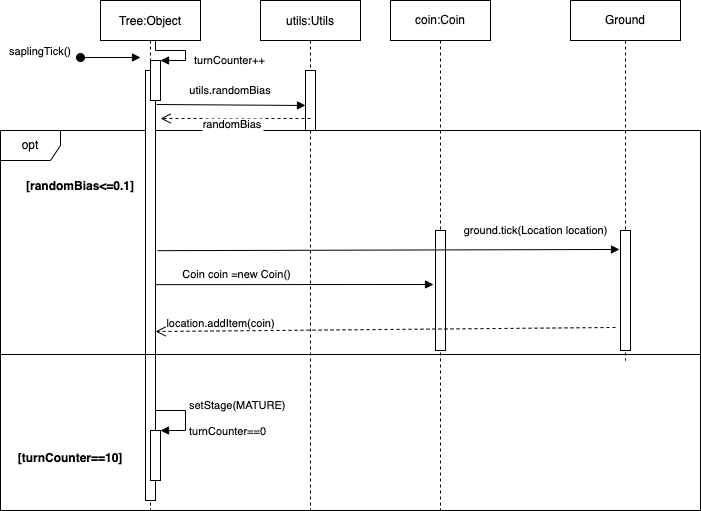
syedzubinhafiz/supermario keeps this draw.io diagram as design-docs/REQ1_sequencediagram.png. Above is the earlier version. Source tidied: cells renumbered, new cells last; positions are measured from the earlier drawing's top-left corner, leaving out a move shared by most shapes. Its diagram source:
```xml
<mxGraphModel>
  <root>
    <mxCell id="0" />
    <mxCell id="1" parent="0" />
    <mxCell id="2" value="opt" style="shape=umlFrame;whiteSpace=wrap;html=1;" parent="1" vertex="1">
      <mxGeometry y="130" width="700" height="380" as="geometry" />
    </mxCell>
    <mxCell id="3" value="Tree:Object" style="shape=umlLifeline;perimeter=lifelinePerimeter;rounded=0;shadow=0;strokeWidth=1;" parent="1" vertex="1">
      <mxGeometry x="100" width="100" height="510" as="geometry" />
    </mxCell>
    <mxCell id="4" style="points=[];perimeter=orthogonalPerimeter;rounded=0;shadow=0;strokeWidth=1;" parent="3" vertex="1">
      <mxGeometry x="45" y="70" width="10" height="430" as="geometry" />
    </mxCell>
    <mxCell id="5" value="saplingTick()" style="verticalAlign=bottom;startArrow=oval;endArrow=block;startSize=8;shadow=0;strokeWidth=1;" parent="3" edge="1">
      <mxGeometry x="-1" y="-40" relative="1" as="geometry">
        <mxPoint x="-20" y="57" as="sourcePoint" />
        <mxPoint x="40" y="57" as="targetPoint" />
        <mxPoint x="-40" y="-37" as="offset" />
      </mxGeometry>
    </mxCell>
    <mxCell id="6" style="html=1;points=[];perimeter=orthogonalPerimeter;" parent="3" vertex="1">
      <mxGeometry x="50" y="430" width="10" height="50" as="geometry" />
    </mxCell>
    <mxCell id="7" value="setStage(MATURE)&lt;br&gt;&lt;br&gt;turnCounter==0" style="edgeStyle=orthogonalEdgeStyle;html=1;align=left;spacingLeft=2;endArrow=block;rounded=0;entryX=1;entryY=0;" parent="3" edge="1" target="6">
      <mxGeometry relative="1" as="geometry">
        <mxPoint x="55" y="410" as="sourcePoint" />
        <Array as="points">
          <mxPoint x="85" y="410" />
        </Array>
      </mxGeometry>
    </mxCell>
    <mxCell id="8" style="html=1;points=[];perimeter=orthogonalPerimeter;" parent="3" vertex="1">
      <mxGeometry x="50" y="60" width="10" height="40" as="geometry" />
    </mxCell>
    <mxCell id="9" value="turnCounter++" style="edgeStyle=orthogonalEdgeStyle;html=1;align=left;spacingLeft=2;endArrow=block;rounded=0;entryX=1;entryY=0;" parent="3" edge="1" target="8">
      <mxGeometry x="0.33" y="-5" relative="1" as="geometry">
        <mxPoint x="55" y="40" as="sourcePoint" />
        <Array as="points">
          <mxPoint x="55" y="50" />
          <mxPoint x="85" y="50" />
          <mxPoint x="85" y="60" />
        </Array>
        <mxPoint x="5" y="5" as="offset" />
      </mxGeometry>
    </mxCell>
    <mxCell id="10" value="utils:Utils" style="shape=umlLifeline;perimeter=lifelinePerimeter;rounded=0;shadow=0;strokeWidth=1;" parent="1" vertex="1">
      <mxGeometry x="260" width="100" height="510" as="geometry" />
    </mxCell>
    <mxCell id="11" style="points=[];perimeter=orthogonalPerimeter;rounded=0;shadow=0;strokeWidth=1;" parent="10" vertex="1">
      <mxGeometry x="45" y="70" width="10" height="60" as="geometry" />
    </mxCell>
    <mxCell id="12" style="line;strokeWidth=1;fillColor=none;align=left;verticalAlign=middle;spacingTop=-1;spacingLeft=3;spacingRight=3;labelPosition=right;" parent="10" vertex="1">
      <mxGeometry x="-260" y="350" width="700" height="8" as="geometry" />
    </mxCell>
    <mxCell id="13" value="randomBias" style="verticalAlign=bottom;endArrow=open;dashed=1;endSize=8;shadow=0;strokeWidth=1;exitX=0.5;exitY=0.8;exitDx=0;exitDy=0;exitPerimeter=0;" parent="1" edge="1" source="11">
      <mxGeometry x="0.03" y="15" relative="1" as="geometry">
        <mxPoint x="160" y="118" as="targetPoint" />
      </mxGeometry>
    </mxCell>
    <mxCell id="14" value="utils.randomBias" style="verticalAlign=bottom;endArrow=block;shadow=0;strokeWidth=1;exitX=0.6;exitY=1.1;exitDx=0;exitDy=0;exitPerimeter=0;entryX=0;entryY=0.583;entryDx=0;entryDy=0;entryPerimeter=0;" parent="1" edge="1" source="8" target="11">
      <mxGeometry x="-0.01" y="5" relative="1" as="geometry" />
    </mxCell>
    <mxCell id="15" value="[randomBias&lt;=0.1]" style="text;align=center;fontStyle=1;verticalAlign=middle;spacingLeft=3;spacingRight=3;strokeColor=none;" parent="1" vertex="1">
      <mxGeometry x="30" y="170" width="100" height="30" as="geometry" />
    </mxCell>
    <mxCell id="16" value="coin:Coin" style="shape=umlLifeline;perimeter=lifelinePerimeter;whiteSpace=wrap;html=1;" parent="1" vertex="1">
      <mxGeometry x="390" width="100" height="510" as="geometry" />
    </mxCell>
    <mxCell id="17" style="html=1;points=[];perimeter=orthogonalPerimeter;" parent="16" vertex="1">
      <mxGeometry x="45" y="230" width="10" height="120" as="geometry" />
    </mxCell>
    <mxCell id="18" value="Ground" style="shape=umlLifeline;perimeter=lifelinePerimeter;whiteSpace=wrap;html=1;size=40;" parent="1" vertex="1">
      <mxGeometry x="570" width="110" height="360" as="geometry" />
    </mxCell>
    <mxCell id="19" style="html=1;points=[];perimeter=orthogonalPerimeter;" parent="1" vertex="1">
      <mxGeometry x="620" y="230" width="10" height="120" as="geometry" />
    </mxCell>
    <mxCell id="20" value="location.addItem(coin)" style="html=1;verticalAlign=bottom;endArrow=open;dashed=1;endSize=8;rounded=0;exitX=-0.5;exitY=0.808;exitDx=0;exitDy=0;exitPerimeter=0;entryX=1;entryY=0.607;entryDx=0;entryDy=0;entryPerimeter=0;" parent="1" edge="1" source="19" target="4">
      <mxGeometry x="0.72" y="2" relative="1" as="geometry" />
    </mxCell>
    <mxCell id="21" value="[turnCounter==10]" style="text;align=center;fontStyle=1;verticalAlign=middle;spacingLeft=3;spacingRight=3;strokeColor=none;" parent="1" vertex="1">
      <mxGeometry x="30" y="444" width="80" height="26" as="geometry" />
    </mxCell>
    <mxCell id="22" value="ground.tick(Location location)" style="html=1;verticalAlign=bottom;endArrow=block;rounded=0;entryX=-0.1;entryY=0.158;entryDx=0;entryDy=0;entryPerimeter=0;exitX=1.2;exitY=0.419;exitDx=0;exitDy=0;exitPerimeter=0;" parent="1" edge="1" source="4" target="19">
      <mxGeometry x="0.64" y="10" relative="1" as="geometry" />
    </mxCell>
    <mxCell id="23" value="Coin coin =new Coin()" style="html=1;verticalAlign=bottom;endArrow=block;rounded=0;entryX=-0.2;entryY=0.45;entryDx=0;entryDy=0;entryPerimeter=0;exitX=1;exitY=0.498;exitDx=0;exitDy=0;exitPerimeter=0;" parent="1" edge="1" source="4" target="17">
      <mxGeometry x="-0.42" y="1" relative="1" as="geometry" />
    </mxCell>
  </root>
</mxGraphModel>
```
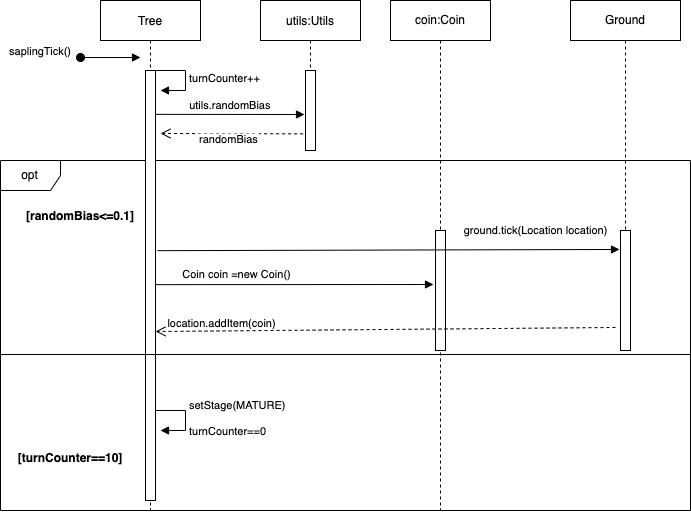
The same file after the commit.

Commit message:
sequence diagrams for req1&2 done

The edit, as a diff of the source:
```diff
@@ -3,9 +3,9 @@
     <mxCell id="0" />
     <mxCell id="1" parent="0" />
     <mxCell id="2" value="opt" style="shape=umlFrame;whiteSpace=wrap;html=1;" parent="1" vertex="1">
-      <mxGeometry y="130" width="700" height="380" as="geometry" />
+      <mxGeometry y="160" width="690" height="350" as="geometry" />
     </mxCell>
-    <mxCell id="3" value="Tree:Object" style="shape=umlLifeline;perimeter=lifelinePerimeter;rounded=0;shadow=0;strokeWidth=1;" parent="1" vertex="1">
+    <mxCell id="3" value="Tree" style="shape=umlLifeline;perimeter=lifelinePerimeter;rounded=0;shadow=0;strokeWidth=1;" parent="1" vertex="1">
       <mxGeometry x="100" width="100" height="510" as="geometry" />
     </mxCell>
     <mxCell id="4" style="points=[];perimeter=orthogonalPerimeter;rounded=0;shadow=0;strokeWidth=1;" parent="3" vertex="1">
@@ -18,50 +18,43 @@
         <mxPoint x="-40" y="-37" as="offset" />
       </mxGeometry>
     </mxCell>
-    <mxCell id="6" style="html=1;points=[];perimeter=orthogonalPerimeter;" parent="3" vertex="1">
-      <mxGeometry x="50" y="430" width="10" height="50" as="geometry" />
-    </mxCell>
-    <mxCell id="7" value="setStage(MATURE)&lt;br&gt;&lt;br&gt;turnCounter==0" style="edgeStyle=orthogonalEdgeStyle;html=1;align=left;spacingLeft=2;endArrow=block;rounded=0;entryX=1;entryY=0;" parent="3" edge="1" target="6">
+    <mxCell id="7" value="setStage(MATURE)&lt;br&gt;&lt;br&gt;turnCounter==0" style="edgeStyle=orthogonalEdgeStyle;html=1;align=left;spacingLeft=2;endArrow=block;rounded=0;" parent="3" edge="1">
       <mxGeometry relative="1" as="geometry">
         <mxPoint x="55" y="410" as="sourcePoint" />
+        <mxPoint x="60" y="430" as="targetPoint" />
         <Array as="points">
           <mxPoint x="85" y="410" />
         </Array>
       </mxGeometry>
     </mxCell>
-    <mxCell id="8" style="html=1;points=[];perimeter=orthogonalPerimeter;" parent="3" vertex="1">
-      <mxGeometry x="50" y="60" width="10" height="40" as="geometry" />
-    </mxCell>
-    <mxCell id="9" value="turnCounter++" style="edgeStyle=orthogonalEdgeStyle;html=1;align=left;spacingLeft=2;endArrow=block;rounded=0;entryX=1;entryY=0;" parent="3" edge="1" target="8">
-      <mxGeometry x="0.33" y="-5" relative="1" as="geometry">
-        <mxPoint x="55" y="40" as="sourcePoint" />
+    <mxCell id="9" value="turnCounter++" style="edgeStyle=orthogonalEdgeStyle;html=1;align=left;spacingLeft=2;endArrow=block;rounded=0;entryX=1;entryY=0;" parent="3" edge="1">
+      <mxGeometry relative="1" as="geometry">
+        <mxPoint x="55" y="70" as="sourcePoint" />
+        <mxPoint x="60" y="90" as="targetPoint" />
         <Array as="points">
-          <mxPoint x="55" y="50" />
-          <mxPoint x="85" y="50" />
-          <mxPoint x="85" y="60" />
+          <mxPoint x="85" y="70" />
         </Array>
-        <mxPoint x="5" y="5" as="offset" />
       </mxGeometry>
     </mxCell>
     <mxCell id="10" value="utils:Utils" style="shape=umlLifeline;perimeter=lifelinePerimeter;rounded=0;shadow=0;strokeWidth=1;" parent="1" vertex="1">
-      <mxGeometry x="260" width="100" height="510" as="geometry" />
+      <mxGeometry x="260" width="100" height="150" as="geometry" />
     </mxCell>
     <mxCell id="11" style="points=[];perimeter=orthogonalPerimeter;rounded=0;shadow=0;strokeWidth=1;" parent="10" vertex="1">
-      <mxGeometry x="45" y="70" width="10" height="60" as="geometry" />
+      <mxGeometry x="45" y="70" width="10" height="80" as="geometry" />
     </mxCell>
     <mxCell id="12" style="line;strokeWidth=1;fillColor=none;align=left;verticalAlign=middle;spacingTop=-1;spacingLeft=3;spacingRight=3;labelPosition=right;" parent="10" vertex="1">
-      <mxGeometry x="-260" y="350" width="700" height="8" as="geometry" />
+      <mxGeometry x="-260" y="350" width="690" height="8" as="geometry" />
     </mxCell>
-    <mxCell id="13" value="randomBias" style="verticalAlign=bottom;endArrow=open;dashed=1;endSize=8;shadow=0;strokeWidth=1;exitX=0.5;exitY=0.8;exitDx=0;exitDy=0;exitPerimeter=0;" parent="1" edge="1" source="11">
+    <mxCell id="13" value="randomBias" style="verticalAlign=bottom;endArrow=open;dashed=1;endSize=8;shadow=0;strokeWidth=1;exitX=-0.238;exitY=0.792;exitDx=0;exitDy=0;exitPerimeter=0;" parent="1" edge="1" source="11">
       <mxGeometry x="0.03" y="15" relative="1" as="geometry">
-        <mxPoint x="160" y="118" as="targetPoint" />
+        <mxPoint x="160" y="133" as="targetPoint" />
       </mxGeometry>
     </mxCell>
-    <mxCell id="14" value="utils.randomBias" style="verticalAlign=bottom;endArrow=block;shadow=0;strokeWidth=1;exitX=0.6;exitY=1.1;exitDx=0;exitDy=0;exitPerimeter=0;entryX=0;entryY=0.583;entryDx=0;entryDy=0;entryPerimeter=0;" parent="1" edge="1" source="8" target="11">
-      <mxGeometry x="-0.01" y="5" relative="1" as="geometry" />
+    <mxCell id="14" value="utils.randomBias" style="verticalAlign=bottom;endArrow=block;shadow=0;strokeWidth=1;exitX=0.952;exitY=0.102;exitDx=0;exitDy=0;exitPerimeter=0;entryX=-0.1;entryY=0.55;entryDx=0;entryDy=0;entryPerimeter=0;" parent="1" edge="1" source="4" target="11">
+      <mxGeometry x="0.01" relative="1" as="geometry" />
     </mxCell>
     <mxCell id="15" value="[randomBias&lt;=0.1]" style="text;align=center;fontStyle=1;verticalAlign=middle;spacingLeft=3;spacingRight=3;strokeColor=none;" parent="1" vertex="1">
-      <mxGeometry x="30" y="170" width="100" height="30" as="geometry" />
+      <mxGeometry x="30" y="200" width="100" height="30" as="geometry" />
     </mxCell>
     <mxCell id="16" value="coin:Coin" style="shape=umlLifeline;perimeter=lifelinePerimeter;whiteSpace=wrap;html=1;" parent="1" vertex="1">
       <mxGeometry x="390" width="100" height="510" as="geometry" />
@@ -70,7 +63,7 @@
       <mxGeometry x="45" y="230" width="10" height="120" as="geometry" />
     </mxCell>
     <mxCell id="18" value="Ground" style="shape=umlLifeline;perimeter=lifelinePerimeter;whiteSpace=wrap;html=1;size=40;" parent="1" vertex="1">
-      <mxGeometry x="570" width="110" height="360" as="geometry" />
+      <mxGeometry x="570" width="110" height="350" as="geometry" />
     </mxCell>
     <mxCell id="19" style="html=1;points=[];perimeter=orthogonalPerimeter;" parent="1" vertex="1">
       <mxGeometry x="620" y="230" width="10" height="120" as="geometry" />
```
